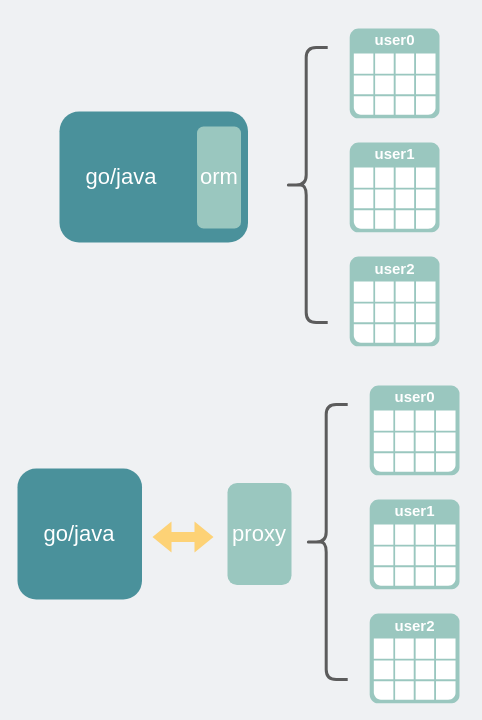
Earlier version of the draw.io diagram network/通过orm读写分表.drawio (xiaobaiTech/image). Source tidied: cells renumbered, new cells numbered last; positions are measured from the earlier drawing's top-left corner, leaving out a move shared by most shapes. Both pictures are drawn from the tidied source at 100%, with x=0, y=0 at pixel (17, 17).
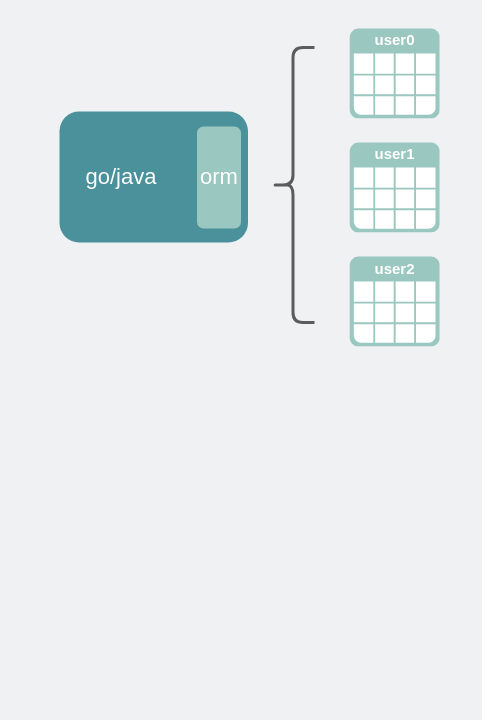
After the change.

Commit message:
Update 通过orm读写分表.drawio

The edit, as a diff of the source:
```diff
@@
     <mxCell id="8" style="shape=curlyBracket;whiteSpace=wrap;html=1;rounded=1;fontSize=22;fontColor=#FFFFFF;strokeColor=#5C5C5C;fillColor=none;strokeWidth=3;" parent="1" vertex="1">
-      <mxGeometry x="267.2" y="30" width="43" height="275" as="geometry" />
+      <mxGeometry x="254" y="30" width="43" height="275" as="geometry" />
     </mxCell>
@@
-    <mxCell id="12" style="rounded=1;whiteSpace=wrap;html=1;fillColor=#4A919B;strokeColor=none;" parent="1" vertex="1">
-      <mxGeometry y="451" width="124.5" height="131" as="geometry" />
-    </mxCell>
-    <mxCell id="13" style="shadow=0;dashed=0;html=1;strokeColor=none;fillColor=#9AC7BF;labelPosition=center;verticalLabelPosition=bottom;verticalAlign=top;align=center;shape=mxgraph.veeam.table;fontSize=22;" parent="1" vertex="1">
-      <mxGeometry x="352.2" y="368" width="89.8" height="89.8" as="geometry" />
-    </mxCell>
-    <mxCell id="14" value="&lt;font color=&quot;#ffffff&quot; style=&quot;font-size: 22px;&quot;&gt;proxy&lt;/font&gt;" style="rounded=1;whiteSpace=wrap;html=1;fillColor=#9AC7BF;strokeColor=none;" parent="1" vertex="1">
-      <mxGeometry x="210" y="465.5" width="64" height="102" as="geometry" />
-    </mxCell>
-    <mxCell id="15" value="&lt;font color=&quot;#ffffff&quot;&gt;go/java&lt;/font&gt;" style="text;html=1;strokeColor=none;fillColor=none;align=center;verticalAlign=middle;whiteSpace=wrap;rounded=0;fontSize=22;" parent="1" vertex="1">
-      <mxGeometry x="32.2" y="501.5" width="60" height="30" as="geometry" />
-    </mxCell>
-    <mxCell id="16" style="shadow=0;dashed=0;html=1;strokeColor=none;fillColor=#9AC7BF;labelPosition=center;verticalLabelPosition=bottom;verticalAlign=top;align=center;shape=mxgraph.veeam.table;fontSize=22;" parent="1" vertex="1">
-      <mxGeometry x="352.2" y="482" width="89.8" height="89.8" as="geometry" />
-    </mxCell>
-    <mxCell id="17" style="shadow=0;dashed=0;html=1;strokeColor=none;fillColor=#9AC7BF;labelPosition=center;verticalLabelPosition=bottom;verticalAlign=top;align=center;shape=mxgraph.veeam.table;fontSize=22;" parent="1" vertex="1">
-      <mxGeometry x="352.2" y="596" width="89.8" height="89.8" as="geometry" />
-    </mxCell>
-    <mxCell id="18" style="shape=curlyBracket;whiteSpace=wrap;html=1;rounded=1;fontSize=22;fontColor=#FFFFFF;strokeColor=#5C5C5C;fillColor=none;strokeWidth=3;" parent="1" vertex="1">
-      <mxGeometry x="287.2" y="387" width="43" height="275" as="geometry" />
-    </mxCell>
-    <mxCell id="19" value="&lt;span style=&quot;font-size: 15px;&quot;&gt;user0&lt;/span&gt;" style="text;strokeColor=none;fillColor=none;html=1;fontSize=24;fontStyle=1;verticalAlign=middle;align=center;fontColor=#FFFFFF;" parent="1" vertex="1">
-      <mxGeometry x="347.1" y="357" width="100" height="40" as="geometry" />
-    </mxCell>
-    <mxCell id="20" value="&lt;span style=&quot;font-size: 15px;&quot;&gt;user1&lt;/span&gt;" style="text;strokeColor=none;fillColor=none;html=1;fontSize=24;fontStyle=1;verticalAlign=middle;align=center;fontColor=#FFFFFF;" parent="1" vertex="1">
-      <mxGeometry x="347.1" y="471" width="100" height="40" as="geometry" />
-    </mxCell>
-    <mxCell id="21" value="&lt;span style=&quot;font-size: 15px;&quot;&gt;user2&lt;/span&gt;" style="text;strokeColor=none;fillColor=none;html=1;fontSize=24;fontStyle=1;verticalAlign=middle;align=center;fontColor=#FFFFFF;" parent="1" vertex="1">
-      <mxGeometry x="347.1" y="586" width="100" height="40" as="geometry" />
-    </mxCell>
-    <mxCell id="22" style="shape=flexArrow;endArrow=classic;startArrow=classic;html=1;rounded=0;fontSize=15;fontColor=#000000;strokeColor=none;fillColor=#FDD276;" parent="1" edge="1">
-      <mxGeometry relative="1" as="geometry">
-        <mxPoint x="134.5" y="519.5" as="sourcePoint" />
-        <mxPoint x="196.5" y="519.5" as="targetPoint" />
-      </mxGeometry>
-    </mxCell>
```
